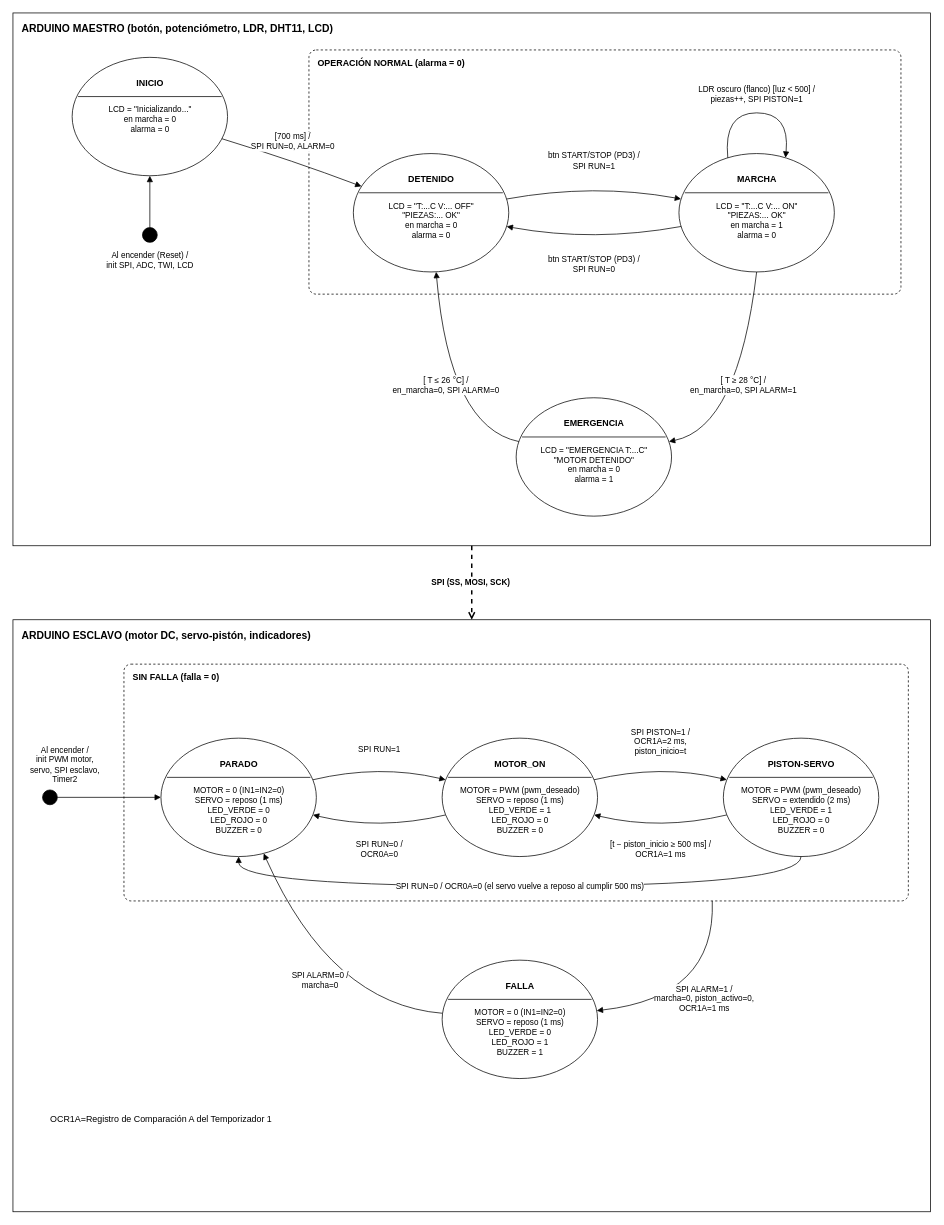
This is Lab4/Documentacion/Diagrama de estados/ParteB/Diagrama de estados B.drawio from Tony-b98/Tec_Micro, a draw.io file, before an edit. Source tidied: cells renumbered, new cells numbered last; positions are measured from the earlier drawing's top-left corner, leaving out a move shared by most shapes. Both pictures are drawn from the tidied source at 74%, with x=0, y=0 at pixel (13, 13).
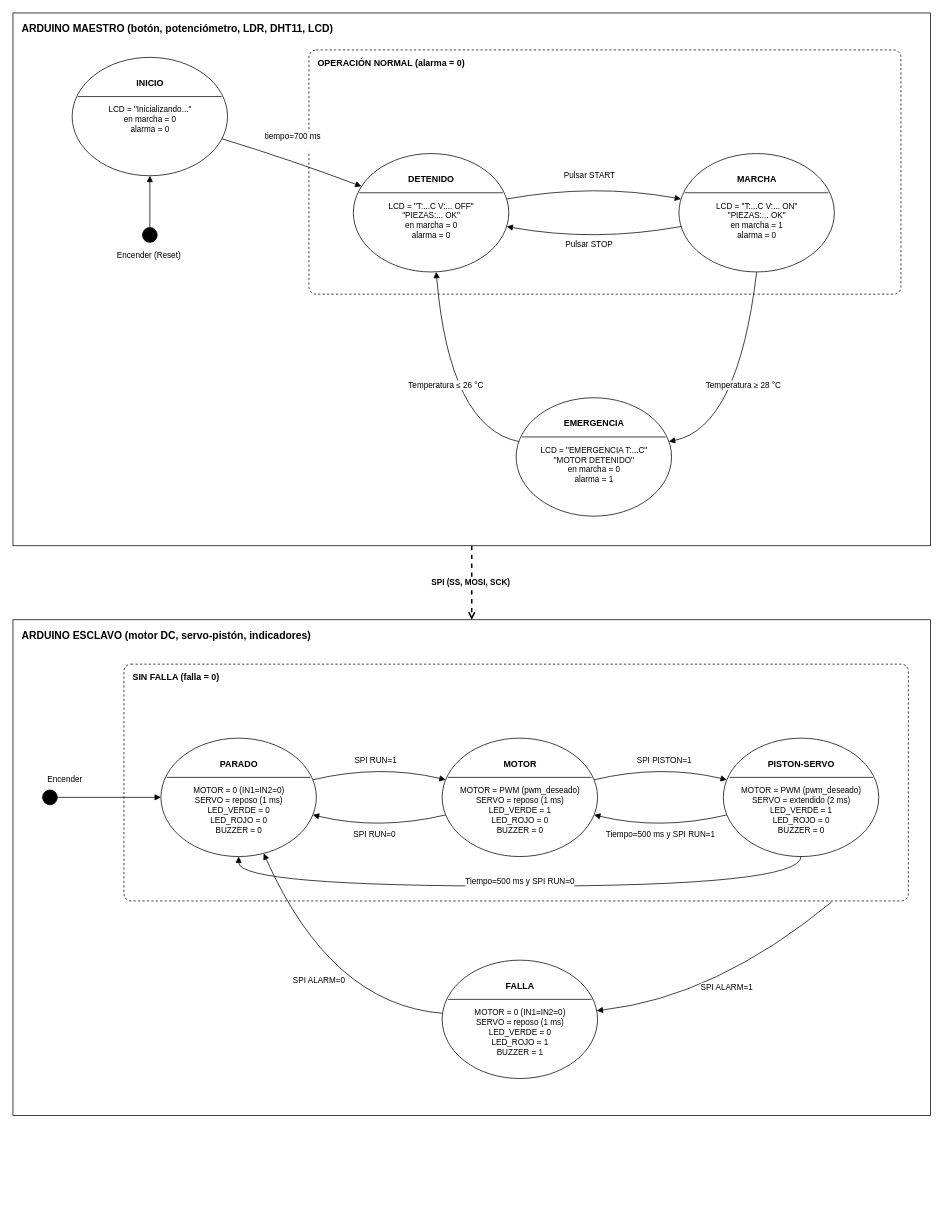
The same page after the edit.

Commit message (it also covers changes not shown here):
Actualizar diagramas de estados del Problema B

The change refers to these unchanged cells:
```xml
<mxCell id="6" style="ellipse;whiteSpace=wrap;html=1;fillColor=#FFFFFF;strokeColor=#000000;" parent="1" vertex="1">
  <mxGeometry x="80" y="60" width="210" height="160" as="geometry" />
</mxCell>
<mxCell id="10" style="ellipse;whiteSpace=wrap;html=1;fillColor=#FFFFFF;strokeColor=#000000;" parent="1" vertex="1">
  <mxGeometry x="460" y="190" width="210" height="160" as="geometry" />
</mxCell>
<mxCell id="14" style="ellipse;whiteSpace=wrap;html=1;fillColor=#FFFFFF;strokeColor=#000000;" parent="1" vertex="1">
  <mxGeometry x="900" y="190" width="210" height="160" as="geometry" />
</mxCell>
<mxCell id="18" style="ellipse;whiteSpace=wrap;html=1;fillColor=#FFFFFF;strokeColor=#000000;" parent="1" vertex="1">
  <mxGeometry x="680" y="520" width="210" height="160" as="geometry" />
</mxCell>
<mxCell id="31" value="SIN FALLA (falla = 0)" style="rounded=1;arcSize=3;dashed=1;whiteSpace=wrap;html=1;fillColor=none;strokeColor=#000000;verticalAlign=top;align=left;spacingLeft=10;spacingTop=4;fontStyle=1;fontSize=12;" parent="1" vertex="1">
  <mxGeometry x="150" y="880" width="1060" height="320" as="geometry" />
</mxCell>
<mxCell id="34" style="ellipse;whiteSpace=wrap;html=1;fillColor=#FFFFFF;strokeColor=#000000;" parent="1" vertex="1">
  <mxGeometry x="200" y="980" width="210" height="160" as="geometry" />
</mxCell>
<mxCell id="38" style="ellipse;whiteSpace=wrap;html=1;fillColor=#FFFFFF;strokeColor=#000000;" parent="1" vertex="1">
  <mxGeometry x="580" y="980" width="210" height="160" as="geometry" />
</mxCell>
<mxCell id="42" style="ellipse;whiteSpace=wrap;html=1;fillColor=#FFFFFF;strokeColor=#000000;" parent="1" vertex="1">
  <mxGeometry x="960" y="980" width="210" height="160" as="geometry" />
</mxCell>
<mxCell id="46" style="ellipse;whiteSpace=wrap;html=1;fillColor=#FFFFFF;strokeColor=#000000;" parent="1" vertex="1">
  <mxGeometry x="580" y="1280" width="210" height="160" as="geometry" />
</mxCell>
```

What changed in the source:
```diff
@@
-    <mxCell id="5" value="Al encender (Reset) /&lt;br&gt;init SPI, ADC, TWI, LCD" style="text;html=1;align=center;verticalAlign=top;fontSize=11;" parent="1" vertex="1">
+    <mxCell id="5" value="Encender (Reset)&amp;nbsp;" style="text;html=1;align=center;verticalAlign=top;fontSize=11;" parent="1" vertex="1">
       <mxGeometry x="110" y="315" width="150" height="35" as="geometry" />
     </mxCell>
@@
-    <mxCell id="23" value="[700 ms] /&lt;br&gt;SPI RUN=0, ALARM=0" style="endArrow=block;endFill=1;html=1;curved=1;fontSize=11;labelBackgroundColor=#FFFFFF;" parent="1" edge="1" source="6" target="10">
+    <mxCell id="23" value="tiempo=700 ms&lt;div&gt;&lt;br/&gt;&lt;/div&gt;" style="endArrow=block;endFill=1;html=1;curved=1;fontSize=11;labelBackgroundColor=#FFFFFF;" parent="1" edge="1" source="6" target="10">
       <mxGeometry relative="1" as="geometry">
         <Array as="points">
           <mxPoint x="380" y="200" />
         </Array>
         <mxPoint y="-25" as="offset" />
       </mxGeometry>
     </mxCell>
-    <mxCell id="24" value="btn START/STOP (PD3) /&lt;br&gt;SPI RUN=1" style="endArrow=block;endFill=1;html=1;curved=1;fontSize=11;labelBackgroundColor=#FFFFFF;" parent="1" edge="1" source="10" target="14">
-      <mxGeometry relative="1" as="geometry">
+    <mxCell id="24" value="Pulsar START" style="endArrow=block;endFill=1;html=1;curved=1;fontSize=11;labelBackgroundColor=#FFFFFF;" parent="1" edge="1" source="10" target="14">
+      <mxGeometry x="-0.03" y="11" relative="1" as="geometry">
         <Array as="points">
           <mxPoint x="785" y="230" />
         </Array>
-        <mxPoint y="-30" as="offset" />
       </mxGeometry>
     </mxCell>
-    <mxCell id="25" value="btn START/STOP (PD3) /&lt;br&gt;SPI RUN=0" style="endArrow=block;endFill=1;html=1;curved=1;fontSize=11;labelBackgroundColor=#FFFFFF;" parent="1" edge="1" source="14" target="10">
-      <mxGeometry relative="1" as="geometry">
+    <mxCell id="25" value="Pulsar STOP&amp;nbsp;&lt;div&gt;&lt;br&gt;&lt;/div&gt;" style="endArrow=block;endFill=1;html=1;curved=1;fontSize=11;labelBackgroundColor=#FFFFFF;" parent="1" edge="1" source="14" target="10">
+      <mxGeometry x="0.03" y="11" relative="1" as="geometry">
         <Array as="points">
           <mxPoint x="785" y="310" />
         </Array>
-        <mxPoint y="30" as="offset" />
       </mxGeometry>
     </mxCell>
-    <mxCell id="26" value="LDR oscuro (flanco) [luz &amp;lt; 500] /&lt;br&gt;piezas++, SPI PISTON=1" style="endArrow=block;endFill=1;html=1;curved=1;fontSize=11;labelBackgroundColor=#FFFFFF;exitX=0.3;exitY=0;exitDx=0;exitDy=0;entryX=0.7;entryY=0;entryDx=0;entryDy=0;" parent="1" edge="1" source="14" target="14">
-      <mxGeometry relative="1" as="geometry">
-        <Array as="points">
-          <mxPoint x="960" y="135" />
-          <mxPoint x="1050" y="135" />
-        </Array>
-        <mxPoint y="-25" as="offset" />
-      </mxGeometry>
-    </mxCell>
-    <mxCell id="27" value="[ T ≥ 28 °C] /&lt;br&gt;en_marcha=0, SPI ALARM=1" style="endArrow=block;endFill=1;html=1;curved=1;fontSize=11;labelBackgroundColor=#FFFFFF;exitX=0.5;exitY=1;exitDx=0;exitDy=0;" parent="1" edge="1" source="14" target="18">
+    <mxCell id="27" value="Temperatura ≥ 28 °C" style="endArrow=block;endFill=1;html=1;curved=1;fontSize=11;labelBackgroundColor=#FFFFFF;exitX=0.5;exitY=1;exitDx=0;exitDy=0;" parent="1" edge="1" source="14" target="18">
       <mxGeometry relative="1" as="geometry">
         <Array as="points">
           <mxPoint x="980" y="560" />
         </Array>
       </mxGeometry>
     </mxCell>
-    <mxCell id="28" value="[ T ≤ 26 °C] /&lt;br&gt;en_marcha=0, SPI ALARM=0" style="endArrow=block;endFill=1;html=1;curved=1;fontSize=11;labelBackgroundColor=#FFFFFF;" parent="1" edge="1" source="18" target="10">
+    <mxCell id="28" value="Temperatura ≤ 26 °C" style="endArrow=block;endFill=1;html=1;curved=1;fontSize=11;labelBackgroundColor=#FFFFFF;" parent="1" edge="1" source="18" target="10">
       <mxGeometry relative="1" as="geometry">
         <Array as="points">
           <mxPoint x="590" y="560" />
         </Array>
       </mxGeometry>
     </mxCell>
@@
     <mxCell id="30" value="ARDUINO ESCLAVO (motor DC, servo-pistón, indicadores)" style="rounded=0;whiteSpace=wrap;html=1;fillColor=none;strokeColor=#000000;verticalAlign=top;align=left;spacingLeft=10;spacingTop=6;fontStyle=1;fontSize=14;" parent="1" vertex="1">
-      <mxGeometry y="820" width="1240" height="800" as="geometry" />
+      <mxGeometry y="820" width="1240" height="670" as="geometry" />
     </mxCell>
@@
-    <mxCell id="33" value="Al encender /&lt;br&gt;init PWM motor,&lt;br&gt;servo, SPI esclavo,&lt;br&gt;Timer2" style="text;html=1;align=center;verticalAlign=bottom;fontSize=11;" parent="1" vertex="1">
-      <mxGeometry x="5" y="975" width="130" height="70" as="geometry" />
+    <mxCell id="33" value="Encender" style="text;html=1;align=center;verticalAlign=bottom;fontSize=11;" parent="1" vertex="1">
+      <mxGeometry x="5" y="1020" width="130" height="25" as="geometry" />
     </mxCell>
@@
-    <mxCell id="39" value="MOTOR_ON" style="text;html=1;align=center;verticalAlign=middle;fontStyle=1;fontSize=12;" parent="38" vertex="1">
+    <mxCell id="39" value="MOTOR" style="text;html=1;align=center;verticalAlign=middle;fontStyle=1;fontSize=12;" parent="38" vertex="1">
       <mxGeometry x="10" y="24" width="190" height="22" as="geometry" />
     </mxCell>
@@
     <mxCell id="51" value="SPI RUN=1" style="endArrow=block;endFill=1;html=1;curved=1;fontSize=11;labelBackgroundColor=#FFFFFF;" parent="1" edge="1" source="34" target="38">
-      <mxGeometry relative="1" as="geometry">
+      <mxGeometry x="-0.04" y="6" relative="1" as="geometry">
         <Array as="points">
           <mxPoint x="495" y="1015" />
         </Array>
-        <mxPoint y="-20" as="offset" />
       </mxGeometry>
     </mxCell>
-    <mxCell id="52" value="SPI RUN=0 /&lt;br&gt;OCR0A=0" style="endArrow=block;endFill=1;html=1;curved=1;fontSize=11;labelBackgroundColor=#FFFFFF;" parent="1" edge="1" source="38" target="34">
-      <mxGeometry relative="1" as="geometry">
+    <mxCell id="52" value="SPI RUN=0&amp;nbsp;" style="endArrow=block;endFill=1;html=1;curved=1;fontSize=11;labelBackgroundColor=#FFFFFF;" parent="1" edge="1" source="38" target="34">
+      <mxGeometry x="0.04" y="6" relative="1" as="geometry">
         <Array as="points">
           <mxPoint x="495" y="1105" />
         </Array>
-        <mxPoint y="25" as="offset" />
       </mxGeometry>
     </mxCell>
-    <mxCell id="53" value="SPI PISTON=1 /&lt;br&gt;OCR1A=2 ms,&lt;br&gt;piston_inicio=t" style="endArrow=block;endFill=1;html=1;curved=1;fontSize=11;labelBackgroundColor=#FFFFFF;" parent="1" edge="1" source="38" target="42">
-      <mxGeometry relative="1" as="geometry">
+    <mxCell id="53" value="SPI PISTON=1" style="endArrow=block;endFill=1;html=1;curved=1;fontSize=11;labelBackgroundColor=#FFFFFF;" parent="1" edge="1" source="38" target="42">
+      <mxGeometry x="0.04" y="6" relative="1" as="geometry">
         <Array as="points">
           <mxPoint x="875" y="1015" />
         </Array>
-        <mxPoint y="-30" as="offset" />
       </mxGeometry>
     </mxCell>
-    <mxCell id="54" value="[t − piston_inicio ≥ 500 ms] /&lt;br&gt;OCR1A=1 ms" style="endArrow=block;endFill=1;html=1;curved=1;fontSize=11;labelBackgroundColor=#FFFFFF;" parent="1" edge="1" source="42" target="38">
-      <mxGeometry relative="1" as="geometry">
+    <mxCell id="54" value="Tiempo=500 ms y SPI RUN=1" style="endArrow=block;endFill=1;html=1;curved=1;fontSize=11;labelBackgroundColor=#FFFFFF;" parent="1" edge="1" source="42" target="38">
+      <mxGeometry y="5" relative="1" as="geometry">
         <Array as="points">
           <mxPoint x="875" y="1105" />
         </Array>
-        <mxPoint y="25" as="offset" />
+        <mxPoint x="1" as="offset" />
       </mxGeometry>
     </mxCell>
-    <mxCell id="55" value="SPI RUN=0 / OCR0A=0 (el servo vuelve a reposo al cumplir 500 ms)" style="endArrow=block;endFill=1;html=1;curved=1;fontSize=11;labelBackgroundColor=#FFFFFF;exitX=0.5;exitY=1;exitDx=0;exitDy=0;entryX=0.5;entryY=1;entryDx=0;entryDy=0;" parent="1" edge="1" source="42" target="34">
+    <mxCell id="55" value="Tiempo=500 ms y&amp;nbsp;&lt;span style=&quot;background-color: light-dark(rgb(255, 255, 255), rgb(18, 18, 18)); color: light-dark(rgb(0, 0, 0), rgb(255, 255, 255));&quot;&gt;SPI RUN=0&lt;/span&gt;&lt;p&gt;&lt;/p&gt;" style="endArrow=block;endFill=1;html=1;curved=1;fontSize=11;labelBackgroundColor=#FFFFFF;exitX=0.5;exitY=1;exitDx=0;exitDy=0;entryX=0.5;entryY=1;entryDx=0;entryDy=0;" parent="1" edge="1" source="42" target="34">
       <mxGeometry relative="1" as="geometry">
         <Array as="points">
           <mxPoint x="1065" y="1180" />
           <mxPoint x="305" y="1180" />
         </Array>
       </mxGeometry>
     </mxCell>
-    <mxCell id="56" value="SPI ALARM=1 /&lt;br&gt;marcha=0, piston_activo=0,&lt;br&gt;OCR1A=1 ms" style="endArrow=block;endFill=1;html=1;curved=1;fontSize=11;labelBackgroundColor=#FFFFFF;exitX=0.75;exitY=1;exitDx=0;exitDy=0;" parent="1" edge="1" source="31" target="46">
+    <mxCell id="56" value="SPI ALARM=1&amp;nbsp;" style="endArrow=block;endFill=1;html=1;curved=1;fontSize=11;labelBackgroundColor=#FFFFFF;exitX=0.902;exitY=1.005;exitDx=0;exitDy=0;exitPerimeter=0;" parent="1" edge="1" source="31" target="46">
       <mxGeometry relative="1" as="geometry">
         <Array as="points">
           <mxPoint x="950" y="1330" />
         </Array>
       </mxGeometry>
     </mxCell>
-    <mxCell id="57" value="SPI ALARM=0 /&lt;br&gt;marcha=0" style="endArrow=block;endFill=1;html=1;curved=1;fontSize=11;labelBackgroundColor=#FFFFFF;" parent="1" edge="1" source="46" target="34">
+    <mxCell id="57" value="SPI ALARM=0&amp;nbsp;" style="endArrow=block;endFill=1;html=1;curved=1;fontSize=11;labelBackgroundColor=#FFFFFF;" parent="1" edge="1" source="46" target="34">
       <mxGeometry relative="1" as="geometry">
         <Array as="points">
           <mxPoint x="430" y="1340" />
         </Array>
       </mxGeometry>
     </mxCell>
-    <mxCell id="58" value="OCR1A=Registro de Comparación A del Temporizador 1" style="text;html=1;align=center;verticalAlign=middle;strokeColor=none;fillColor=none;" parent="1" vertex="1">
-      <mxGeometry x="40" y="1480" width="320" height="30" as="geometry" />
-    </mxCell>
```
